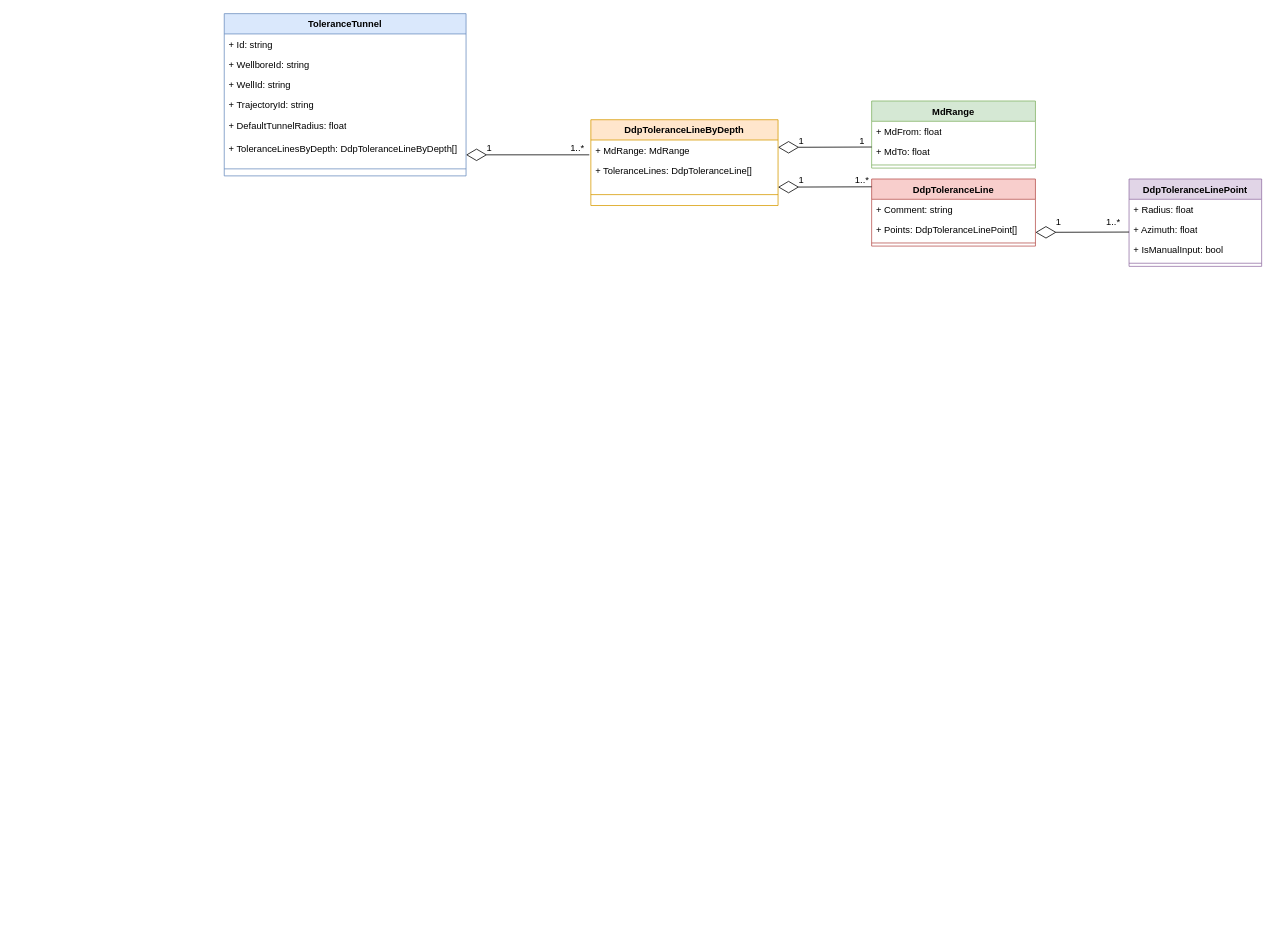
baoqger/drawing.io keeps this draw.io diagram as UML_Diagram.drawio. Above is the earlier version. Source tidied: cells renumbered, new cells numbered last; positions are measured from the earlier drawing's top-left corner, leaving out a move shared by most shapes. Both pictures are drawn from the tidied source at 78%, with x=0, y=0 at pixel (224, 13).
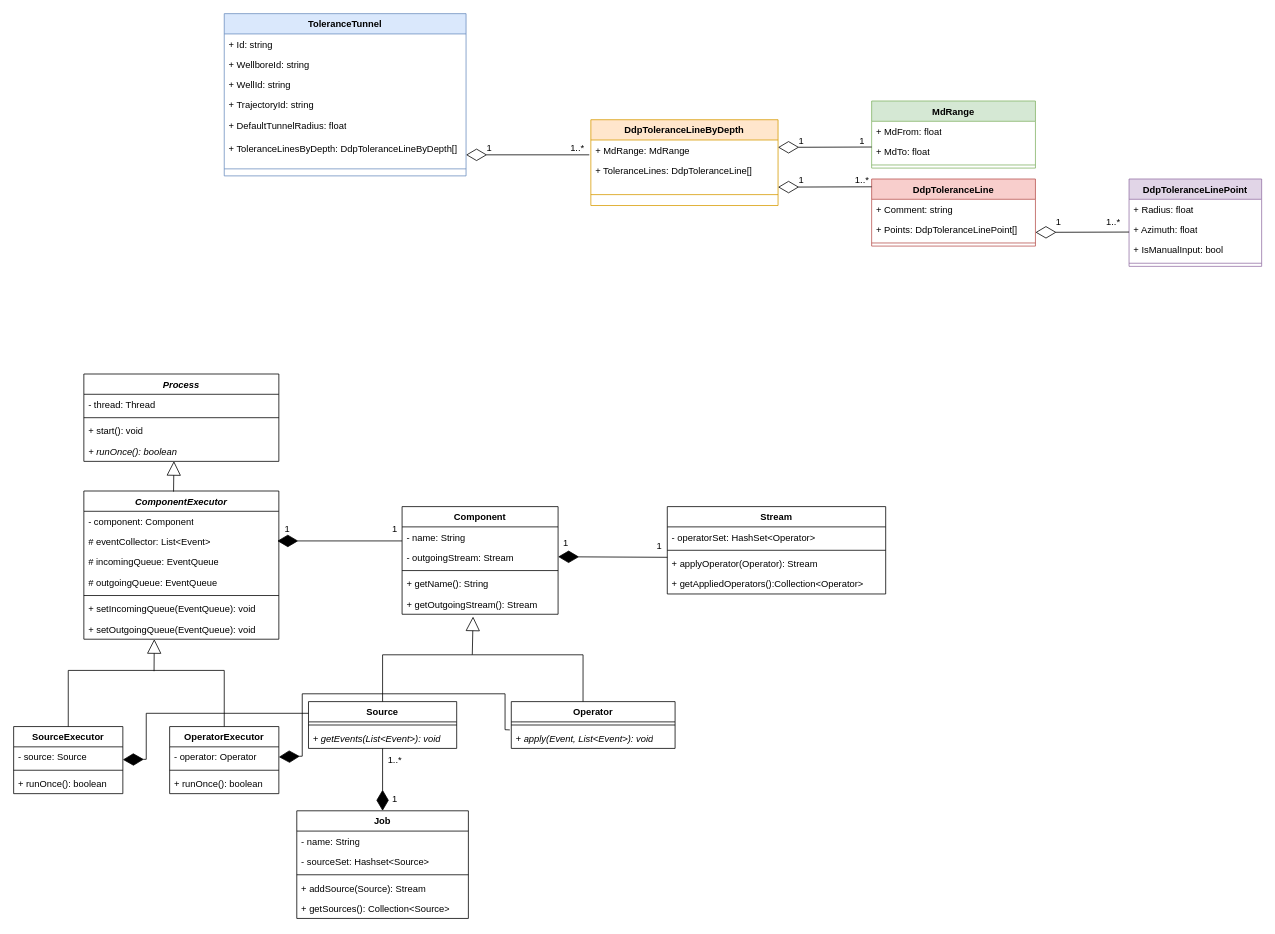
After the change.

The edit, as a diff of the source:
```diff
@@
+    <mxCell id="40" value="Component" style="swimlane;fontStyle=1;align=center;verticalAlign=top;horizontal=1;startSize=26;whiteSpace=wrap;html=1;" parent="1" vertex="1">
+      <mxGeometry x="228" y="632" width="200" height="138" as="geometry" />
+    </mxCell>
+    <mxCell id="41" value="- name: String" style="text;strokeColor=none;fillColor=none;align=left;verticalAlign=top;spacingLeft=4;spacingRight=4;overflow=hidden;whiteSpace=wrap;html=1;" parent="40" vertex="1">
+      <mxGeometry y="26" width="200" height="26" as="geometry" />
+    </mxCell>
+    <mxCell id="42" value="- outgoingStream: Stream" style="text;strokeColor=none;fillColor=none;align=left;verticalAlign=top;spacingLeft=4;spacingRight=4;overflow=hidden;whiteSpace=wrap;html=1;" parent="40" vertex="1">
+      <mxGeometry y="52" width="200" height="26" as="geometry" />
+    </mxCell>
+    <mxCell id="43" style="line;strokeWidth=1;fillColor=none;align=left;verticalAlign=middle;spacingTop=-1;spacingLeft=3;spacingRight=3;labelPosition=right;strokeColor=inherit;" parent="40" vertex="1">
+      <mxGeometry y="78" width="200" height="8" as="geometry" />
+    </mxCell>
+    <mxCell id="44" value="+ getName(): String&lt;div&gt;&lt;br&gt;&lt;/div&gt;" style="text;strokeColor=none;fillColor=none;align=left;verticalAlign=top;spacingLeft=4;spacingRight=4;overflow=hidden;whiteSpace=wrap;html=1;" parent="40" vertex="1">
+      <mxGeometry y="86" width="200" height="26" as="geometry" />
+    </mxCell>
+    <mxCell id="45" value="+ getOutgoingStream(): Stream&lt;div&gt;&lt;br&gt;&lt;/div&gt;" style="text;strokeColor=none;fillColor=none;align=left;verticalAlign=top;spacingLeft=4;spacingRight=4;overflow=hidden;whiteSpace=wrap;html=1;" parent="40" vertex="1">
+      <mxGeometry y="112" width="200" height="26" as="geometry" />
+    </mxCell>
+    <mxCell id="46" value="Source" style="swimlane;fontStyle=1;align=center;verticalAlign=top;horizontal=1;startSize=26;whiteSpace=wrap;html=1;" parent="1" vertex="1">
+      <mxGeometry x="108" y="882" width="190" height="60" as="geometry" />
+    </mxCell>
+    <mxCell id="47" style="line;strokeWidth=1;fillColor=none;align=left;verticalAlign=middle;spacingTop=-1;spacingLeft=3;spacingRight=3;labelPosition=right;strokeColor=inherit;" parent="46" vertex="1">
+      <mxGeometry y="26" width="190" height="8" as="geometry" />
+    </mxCell>
+    <mxCell id="48" value="&lt;i&gt;+ getEvents(List&amp;lt;Event&amp;gt;): void&lt;/i&gt;" style="text;strokeColor=none;fillColor=none;align=left;verticalAlign=top;spacingLeft=4;spacingRight=4;overflow=hidden;points=[[0,0.5],[1,0.5]];portConstraint=eastwest;whiteSpace=wrap;html=1;" parent="46" vertex="1">
+      <mxGeometry y="34" width="190" height="26" as="geometry" />
+    </mxCell>
+    <mxCell id="49" value="Operator" style="swimlane;fontStyle=1;align=center;verticalAlign=top;horizontal=1;startSize=26;whiteSpace=wrap;html=1;" parent="1" vertex="1">
+      <mxGeometry x="368" y="882" width="210" height="60" as="geometry" />
+    </mxCell>
+    <mxCell id="50" style="line;strokeWidth=1;fillColor=none;align=left;verticalAlign=middle;spacingTop=-1;spacingLeft=3;spacingRight=3;labelPosition=right;strokeColor=inherit;" parent="49" vertex="1">
+      <mxGeometry y="26" width="210" height="8" as="geometry" />
+    </mxCell>
+    <mxCell id="51" value="&lt;i&gt;+ apply(Event, List&amp;lt;Event&amp;gt;): void&lt;/i&gt;" style="text;strokeColor=none;fillColor=none;align=left;verticalAlign=top;spacingLeft=4;spacingRight=4;overflow=hidden;points=[[0,0.5],[1,0.5]];portConstraint=eastwest;whiteSpace=wrap;html=1;" parent="49" vertex="1">
+      <mxGeometry y="34" width="210" height="26" as="geometry" />
+    </mxCell>
+    <mxCell id="52" style="endArrow=block;endSize=16;endFill=0;html=1;rounded=0;exitX=0.438;exitY=0;exitDx=0;exitDy=0;exitPerimeter=0;" parent="1" edge="1" source="49">
+      <mxGeometry relative="1" as="geometry">
+        <mxPoint x="319" y="773" as="targetPoint" />
+        <Array as="points">
+          <mxPoint x="460" y="822" />
+          <mxPoint x="318" y="822" />
+        </Array>
+      </mxGeometry>
+    </mxCell>
+    <mxCell id="53" value="Stream" style="swimlane;fontStyle=1;align=center;verticalAlign=top;horizontal=1;startSize=26;whiteSpace=wrap;html=1;" parent="1" vertex="1">
+      <mxGeometry x="568" y="632" width="280" height="112" as="geometry" />
+    </mxCell>
+    <mxCell id="54" value="- operatorSet: HashSet&amp;lt;Operator&amp;gt;&amp;nbsp;&amp;nbsp;" style="text;strokeColor=none;fillColor=none;align=left;verticalAlign=top;spacingLeft=4;spacingRight=4;overflow=hidden;whiteSpace=wrap;html=1;" parent="53" vertex="1">
+      <mxGeometry y="26" width="280" height="26" as="geometry" />
+    </mxCell>
+    <mxCell id="55" style="endArrow=diamondThin;endFill=1;endSize=24;html=1;rounded=0;exitX=0;exitY=0.5;exitDx=0;exitDy=0;" parent="53" edge="1">
+      <mxGeometry relative="1" as="geometry">
+        <mxPoint y="65" as="sourcePoint" />
+        <mxPoint x="-140" y="64.3" as="targetPoint" />
+      </mxGeometry>
+    </mxCell>
+    <mxCell id="56" style="line;strokeWidth=1;fillColor=none;align=left;verticalAlign=middle;spacingTop=-1;spacingLeft=3;spacingRight=3;labelPosition=right;strokeColor=inherit;" parent="53" vertex="1">
+      <mxGeometry y="52" width="280" height="8" as="geometry" />
+    </mxCell>
+    <mxCell id="57" value="+ applyOperator(Operator): Stream&lt;div&gt;&lt;br&gt;&lt;/div&gt;" style="text;strokeColor=none;fillColor=none;align=left;verticalAlign=top;spacingLeft=4;spacingRight=4;overflow=hidden;whiteSpace=wrap;html=1;" parent="53" vertex="1">
+      <mxGeometry y="60" width="280" height="26" as="geometry" />
+    </mxCell>
+    <mxCell id="58" value="+ getAppliedOperators():Collection&amp;lt;Operator&amp;gt;&amp;nbsp;&lt;div&gt;&lt;br&gt;&lt;/div&gt;" style="text;strokeColor=none;fillColor=none;align=left;verticalAlign=top;spacingLeft=4;spacingRight=4;overflow=hidden;whiteSpace=wrap;html=1;" parent="53" vertex="1">
+      <mxGeometry y="86" width="280" height="26" as="geometry" />
+    </mxCell>
+    <mxCell id="59" value="1" style="text;html=1;align=center;verticalAlign=middle;whiteSpace=wrap;rounded=0;" parent="1" vertex="1">
+      <mxGeometry x="408" y="664" width="60" height="30" as="geometry" />
+    </mxCell>
+    <mxCell id="60" value="1" style="text;html=1;align=center;verticalAlign=middle;whiteSpace=wrap;rounded=0;" parent="1" vertex="1">
+      <mxGeometry x="528" y="668" width="60" height="30" as="geometry" />
+    </mxCell>
+    <mxCell id="61" style="endArrow=none;html=1;rounded=0;exitX=0.5;exitY=0;exitDx=0;exitDy=0;" parent="1" edge="1" source="46">
+      <mxGeometry relative="1" as="geometry">
+        <mxPoint x="318" y="822" as="targetPoint" />
+        <Array as="points">
+          <mxPoint x="203" y="822" />
+        </Array>
+      </mxGeometry>
+    </mxCell>
+    <mxCell id="62" value="Job" style="swimlane;fontStyle=1;align=center;verticalAlign=top;horizontal=1;startSize=26;whiteSpace=wrap;html=1;" parent="1" vertex="1">
+      <mxGeometry x="93" y="1022" width="220" height="138" as="geometry" />
+    </mxCell>
+    <mxCell id="63" value="- name: String" style="text;strokeColor=none;fillColor=none;align=left;verticalAlign=top;spacingLeft=4;spacingRight=4;overflow=hidden;whiteSpace=wrap;html=1;" parent="62" vertex="1">
+      <mxGeometry y="26" width="220" height="26" as="geometry" />
+    </mxCell>
+    <mxCell id="64" value="- sourceSet: Hashset&amp;lt;Source&amp;gt;" style="text;strokeColor=none;fillColor=none;align=left;verticalAlign=top;spacingLeft=4;spacingRight=4;overflow=hidden;whiteSpace=wrap;html=1;" parent="62" vertex="1">
+      <mxGeometry y="52" width="220" height="26" as="geometry" />
+    </mxCell>
+    <mxCell id="65" style="line;strokeWidth=1;fillColor=none;align=left;verticalAlign=middle;spacingTop=-1;spacingLeft=3;spacingRight=3;labelPosition=right;strokeColor=inherit;" parent="62" vertex="1">
+      <mxGeometry y="78" width="220" height="8" as="geometry" />
+    </mxCell>
+    <mxCell id="66" value="+ addSource(Source): Stream&lt;div&gt;&lt;br&gt;&lt;/div&gt;" style="text;strokeColor=none;fillColor=none;align=left;verticalAlign=top;spacingLeft=4;spacingRight=4;overflow=hidden;whiteSpace=wrap;html=1;" parent="62" vertex="1">
+      <mxGeometry y="86" width="220" height="26" as="geometry" />
+    </mxCell>
+    <mxCell id="67" value="+ getSources(): Collection&amp;lt;Source&amp;gt;&lt;div&gt;&lt;br&gt;&lt;/div&gt;" style="text;strokeColor=none;fillColor=none;align=left;verticalAlign=top;spacingLeft=4;spacingRight=4;overflow=hidden;whiteSpace=wrap;html=1;" parent="62" vertex="1">
+      <mxGeometry y="112" width="220" height="26" as="geometry" />
+    </mxCell>
+    <mxCell id="68" style="endArrow=diamondThin;endFill=1;endSize=24;html=1;rounded=0;entryX=0.5;entryY=0;entryDx=0;entryDy=0;" parent="1" edge="1" source="48" target="62">
+      <mxGeometry relative="1" as="geometry" />
+    </mxCell>
+    <mxCell id="69" value="1" style="text;html=1;align=center;verticalAlign=middle;whiteSpace=wrap;rounded=0;" parent="1" vertex="1">
+      <mxGeometry x="189" y="992" width="60" height="30" as="geometry" />
+    </mxCell>
+    <mxCell id="70" value="1..*" style="text;html=1;align=center;verticalAlign=middle;whiteSpace=wrap;rounded=0;" parent="1" vertex="1">
+      <mxGeometry x="189" y="942" width="60" height="30" as="geometry" />
+    </mxCell>
+    <mxCell id="71" value="&lt;i&gt;Process&lt;/i&gt;" style="swimlane;fontStyle=1;align=center;verticalAlign=top;horizontal=1;startSize=26;whiteSpace=wrap;html=1;" parent="1" vertex="1">
+      <mxGeometry x="-180" y="462" width="250" height="112" as="geometry" />
+    </mxCell>
+    <mxCell id="72" value="- thread: Thread" style="text;strokeColor=none;fillColor=none;align=left;verticalAlign=top;spacingLeft=4;spacingRight=4;overflow=hidden;whiteSpace=wrap;html=1;" parent="71" vertex="1">
+      <mxGeometry y="26" width="250" height="26" as="geometry" />
+    </mxCell>
+    <mxCell id="73" style="line;strokeWidth=1;fillColor=none;align=left;verticalAlign=middle;spacingTop=-1;spacingLeft=3;spacingRight=3;labelPosition=right;strokeColor=inherit;" parent="71" vertex="1">
+      <mxGeometry y="52" width="250" height="8" as="geometry" />
+    </mxCell>
+    <mxCell id="74" value="+ start(): void&lt;div&gt;&lt;br&gt;&lt;/div&gt;" style="text;strokeColor=none;fillColor=none;align=left;verticalAlign=top;spacingLeft=4;spacingRight=4;overflow=hidden;whiteSpace=wrap;html=1;" parent="71" vertex="1">
+      <mxGeometry y="60" width="250" height="26" as="geometry" />
+    </mxCell>
+    <mxCell id="75" value="&lt;i&gt;+ runOnce(): boolean&lt;/i&gt;&lt;div&gt;&lt;br&gt;&lt;/div&gt;" style="text;strokeColor=none;fillColor=none;align=left;verticalAlign=top;spacingLeft=4;spacingRight=4;overflow=hidden;points=[[0,0.5],[1,0.5]];portConstraint=eastwest;whiteSpace=wrap;html=1;" parent="71" vertex="1">
+      <mxGeometry y="86" width="250" height="26" as="geometry" />
+    </mxCell>
+    <mxCell id="76" value="&lt;i&gt;ComponentExecutor&lt;/i&gt;" style="swimlane;fontStyle=1;align=center;verticalAlign=top;horizontal=1;startSize=26;whiteSpace=wrap;html=1;" parent="1" vertex="1">
+      <mxGeometry x="-180" y="612" width="250" height="190" as="geometry" />
+    </mxCell>
+    <mxCell id="77" value="- component: Component" style="text;strokeColor=none;fillColor=none;align=left;verticalAlign=top;spacingLeft=4;spacingRight=4;overflow=hidden;whiteSpace=wrap;html=1;" parent="76" vertex="1">
+      <mxGeometry y="26" width="250" height="26" as="geometry" />
+    </mxCell>
+    <mxCell id="78" value="# eventCollector: List&amp;lt;Event&amp;gt;" style="text;strokeColor=none;fillColor=none;align=left;verticalAlign=top;spacingLeft=4;spacingRight=4;overflow=hidden;whiteSpace=wrap;html=1;" parent="76" vertex="1">
+      <mxGeometry y="52" width="250" height="26" as="geometry" />
+    </mxCell>
+    <mxCell id="79" value="# incomingQueue: EventQueue" style="text;strokeColor=none;fillColor=none;align=left;verticalAlign=top;spacingLeft=4;spacingRight=4;overflow=hidden;whiteSpace=wrap;html=1;" parent="76" vertex="1">
+      <mxGeometry y="78" width="250" height="26" as="geometry" />
+    </mxCell>
+    <mxCell id="80" value="# outgoingQueue: EventQueue" style="text;strokeColor=none;fillColor=none;align=left;verticalAlign=top;spacingLeft=4;spacingRight=4;overflow=hidden;whiteSpace=wrap;html=1;" parent="76" vertex="1">
+      <mxGeometry y="104" width="250" height="26" as="geometry" />
+    </mxCell>
+    <mxCell id="81" style="line;strokeWidth=1;fillColor=none;align=left;verticalAlign=middle;spacingTop=-1;spacingLeft=3;spacingRight=3;labelPosition=right;strokeColor=inherit;" parent="76" vertex="1">
+      <mxGeometry y="130" width="250" height="8" as="geometry" />
+    </mxCell>
+    <mxCell id="82" value="+ setIncomingQueue(EventQueue): void&lt;div&gt;&lt;br&gt;&lt;/div&gt;" style="text;strokeColor=none;fillColor=none;align=left;verticalAlign=top;spacingLeft=4;spacingRight=4;overflow=hidden;whiteSpace=wrap;html=1;" parent="76" vertex="1">
+      <mxGeometry y="138" width="250" height="26" as="geometry" />
+    </mxCell>
+    <mxCell id="83" value="+ setOutgoingQueue(EventQueue): void&lt;div&gt;&lt;br&gt;&lt;/div&gt;" style="text;strokeColor=none;fillColor=none;align=left;verticalAlign=top;spacingLeft=4;spacingRight=4;overflow=hidden;whiteSpace=wrap;html=1;" parent="76" vertex="1">
+      <mxGeometry y="164" width="250" height="26" as="geometry" />
+    </mxCell>
+    <mxCell id="84" style="endArrow=block;endSize=16;endFill=0;html=1;rounded=0;entryX=0.462;entryY=0.989;entryDx=0;entryDy=0;entryPerimeter=0;exitX=0.46;exitY=0.004;exitDx=0;exitDy=0;exitPerimeter=0;" parent="1" edge="1" source="76" target="75">
+      <mxGeometry relative="1" as="geometry" />
+    </mxCell>
+    <mxCell id="85" style="endArrow=diamondThin;endFill=1;endSize=24;html=1;rounded=0;exitX=0.517;exitY=1;exitDx=0;exitDy=0;entryX=0.5;entryY=1;entryDx=0;entryDy=0;exitPerimeter=0;" parent="1" edge="1">
+      <mxGeometry relative="1" as="geometry">
+        <mxPoint x="228" y="676" as="sourcePoint" />
+        <mxPoint x="68" y="676" as="targetPoint" />
+      </mxGeometry>
+    </mxCell>
+    <mxCell id="86" value="1" style="text;html=1;align=center;verticalAlign=middle;whiteSpace=wrap;rounded=0;" parent="1" vertex="1">
+      <mxGeometry x="51" y="646" width="60" height="30" as="geometry" />
+    </mxCell>
+    <mxCell id="87" value="1" style="text;html=1;align=center;verticalAlign=middle;whiteSpace=wrap;rounded=0;" parent="1" vertex="1">
+      <mxGeometry x="189" y="646" width="60" height="30" as="geometry" />
+    </mxCell>
+    <mxCell id="88" value="SourceExecutor" style="swimlane;fontStyle=1;align=center;verticalAlign=top;horizontal=1;startSize=26;whiteSpace=wrap;html=1;" parent="1" vertex="1">
+      <mxGeometry x="-270" y="914" width="140" height="86" as="geometry" />
+    </mxCell>
+    <mxCell id="89" value="- source: Source" style="text;strokeColor=none;fillColor=none;align=left;verticalAlign=top;spacingLeft=4;spacingRight=4;overflow=hidden;whiteSpace=wrap;html=1;" parent="88" vertex="1">
+      <mxGeometry y="26" width="140" height="26" as="geometry" />
+    </mxCell>
+    <mxCell id="90" style="line;strokeWidth=1;fillColor=none;align=left;verticalAlign=middle;spacingTop=-1;spacingLeft=3;spacingRight=3;labelPosition=right;strokeColor=inherit;" parent="88" vertex="1">
+      <mxGeometry y="52" width="140" height="8" as="geometry" />
+    </mxCell>
+    <mxCell id="91" value="+ runOnce(): boolean&lt;div&gt;&lt;br&gt;&lt;/div&gt;" style="text;strokeColor=none;fillColor=none;align=left;verticalAlign=top;spacingLeft=4;spacingRight=4;overflow=hidden;whiteSpace=wrap;html=1;" parent="88" vertex="1">
+      <mxGeometry y="60" width="140" height="26" as="geometry" />
+    </mxCell>
+    <mxCell id="92" value="OperatorExecutor" style="swimlane;fontStyle=1;align=center;verticalAlign=top;horizontal=1;startSize=26;whiteSpace=wrap;html=1;" parent="1" vertex="1">
+      <mxGeometry x="-70" y="914" width="140" height="86" as="geometry" />
+    </mxCell>
+    <mxCell id="93" value="- operator: Operator" style="text;strokeColor=none;fillColor=none;align=left;verticalAlign=top;spacingLeft=4;spacingRight=4;overflow=hidden;points=[[0,0.5],[1,0.5]];portConstraint=eastwest;whiteSpace=wrap;html=1;" parent="92" vertex="1">
+      <mxGeometry y="26" width="140" height="26" as="geometry" />
+    </mxCell>
+    <mxCell id="94" style="line;strokeWidth=1;fillColor=none;align=left;verticalAlign=middle;spacingTop=-1;spacingLeft=3;spacingRight=3;labelPosition=right;strokeColor=inherit;" parent="92" vertex="1">
+      <mxGeometry y="52" width="140" height="8" as="geometry" />
+    </mxCell>
+    <mxCell id="95" value="+ runOnce(): boolean&lt;div&gt;&lt;br&gt;&lt;/div&gt;" style="text;strokeColor=none;fillColor=none;align=left;verticalAlign=top;spacingLeft=4;spacingRight=4;overflow=hidden;whiteSpace=wrap;html=1;" parent="92" vertex="1">
+      <mxGeometry y="60" width="140" height="26" as="geometry" />
+    </mxCell>
+    <mxCell id="96" style="endArrow=block;endSize=16;endFill=0;html=1;rounded=0;entryX=0.462;entryY=0.989;entryDx=0;entryDy=0;entryPerimeter=0;" parent="1" edge="1">
+      <mxGeometry relative="1" as="geometry">
+        <mxPoint x="-90" y="843" as="sourcePoint" />
+        <mxPoint x="-89.7" y="802" as="targetPoint" />
+      </mxGeometry>
+    </mxCell>
+    <mxCell id="97" style="endArrow=none;html=1;rounded=0;entryX=0.5;entryY=0;entryDx=0;entryDy=0;" parent="1" edge="1" target="88">
+      <mxGeometry relative="1" as="geometry">
+        <mxPoint x="-90" y="842" as="sourcePoint" />
+        <Array as="points">
+          <mxPoint x="-200" y="842" />
+        </Array>
+      </mxGeometry>
+    </mxCell>
+    <mxCell id="98" style="endArrow=none;html=1;rounded=0;entryX=0.5;entryY=0;entryDx=0;entryDy=0;" parent="1" edge="1" target="92">
+      <mxGeometry relative="1" as="geometry">
+        <mxPoint x="-90" y="842" as="sourcePoint" />
+        <Array as="points">
+          <mxPoint y="842" />
+        </Array>
+      </mxGeometry>
+    </mxCell>
+    <mxCell id="99" style="endArrow=diamondThin;endFill=1;endSize=24;html=1;rounded=0;exitX=0;exitY=0.25;exitDx=0;exitDy=0;entryX=0.5;entryY=1;entryDx=0;entryDy=0;" parent="1" edge="1" source="46">
+      <mxGeometry relative="1" as="geometry">
+        <mxPoint x="-130" y="956.4" as="targetPoint" />
+        <Array as="points">
+          <mxPoint x="-100" y="897" />
+          <mxPoint x="-100" y="956" />
+        </Array>
+      </mxGeometry>
+    </mxCell>
+    <mxCell id="100" style="endArrow=diamondThin;endFill=1;endSize=24;html=1;rounded=0;entryX=1;entryY=0.5;entryDx=0;entryDy=0;exitX=-0.009;exitY=0.088;exitDx=0;exitDy=0;exitPerimeter=0;" parent="1" edge="1" source="51" target="93">
+      <mxGeometry relative="1" as="geometry">
+        <Array as="points">
+          <mxPoint x="360" y="918" />
+          <mxPoint x="360" y="872" />
+          <mxPoint x="100" y="872" />
+          <mxPoint x="100" y="952" />
+        </Array>
+      </mxGeometry>
+    </mxCell>
```
